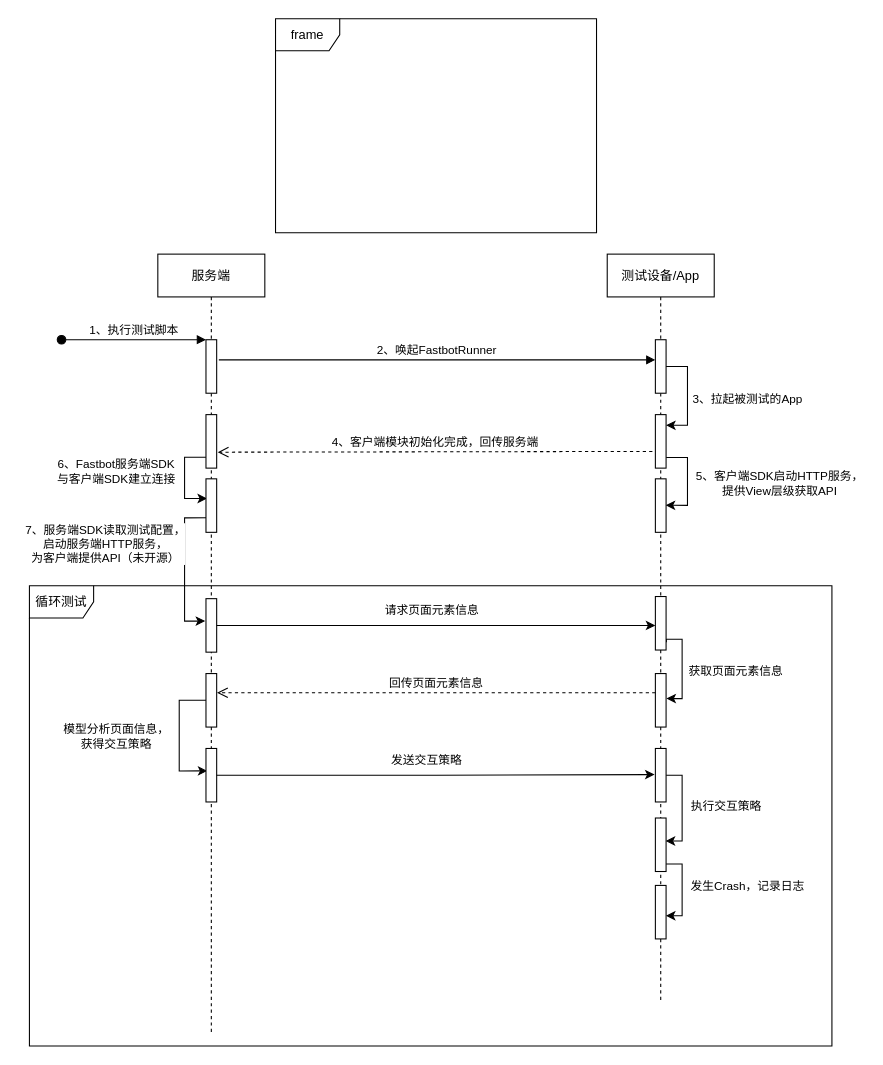
This is Doctor.Diagram.drawio from ginhoor/OnlineDocuments, a draw.io file, before an edit. Source tidied: cells renumbered, new cells numbered last; positions are measured from the earlier drawing's top-left corner, leaving out a move shared by most shapes. Both pictures are drawn from the tidied source at 107%, with x=0, y=0 at pixel (29, 18).
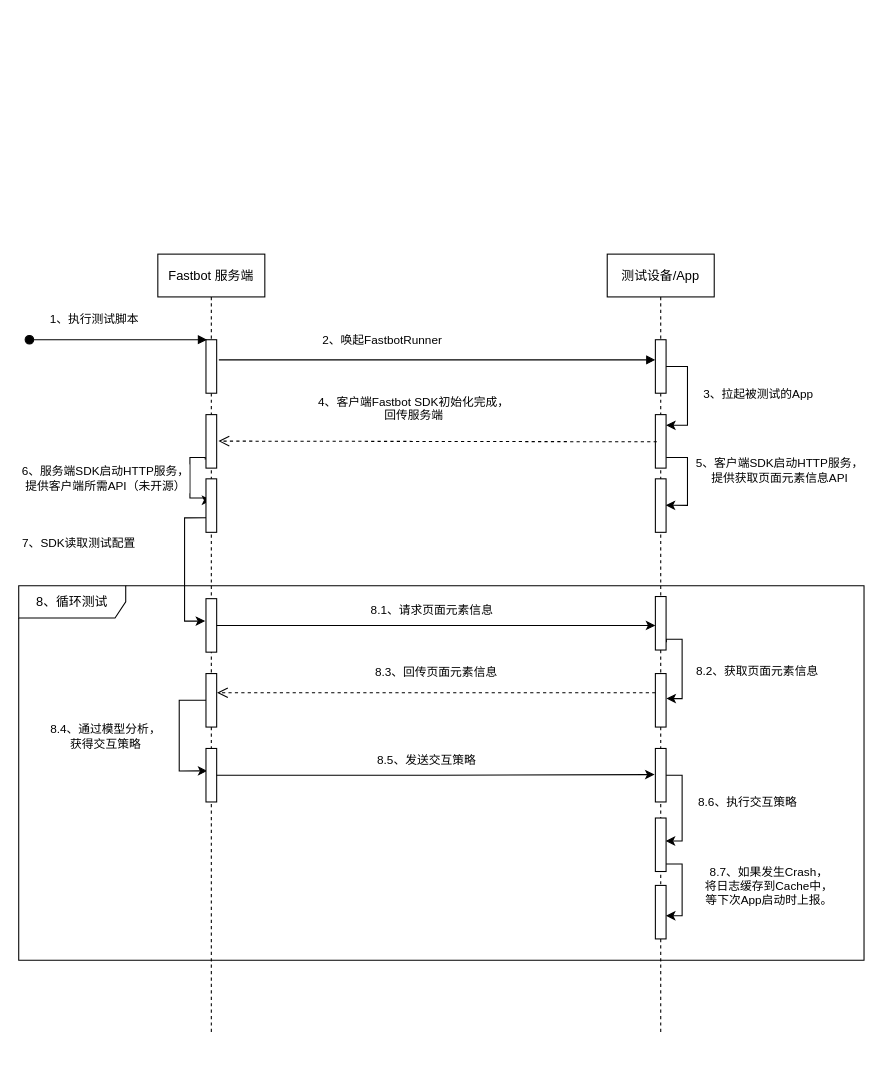
Above is the later version.

The change refers to these unchanged cells:
```xml
<mxCell id="4" style="points=[];perimeter=orthogonalPerimeter;rounded=0;shadow=0;strokeWidth=1;" parent="3" vertex="1">
  <mxGeometry x="45" y="80" width="10" height="50" as="geometry" />
</mxCell>
<mxCell id="8" style="points=[];perimeter=orthogonalPerimeter;rounded=0;shadow=0;strokeWidth=1;" parent="3" vertex="1">
  <mxGeometry x="45" y="150" width="10" height="50" as="geometry" />
</mxCell>
<mxCell id="9" style="edgeStyle=orthogonalEdgeStyle;rounded=0;jettySize=auto;html=1;entryX=-0.072;entryY=0.419;entryDx=0;entryDy=0;entryPerimeter=0;exitX=0.134;exitY=0.729;exitDx=0;exitDy=0;exitPerimeter=0;" parent="3" edge="1" source="11" target="12">
  <mxGeometry relative="1" as="geometry">
    <Array as="points">
      <mxPoint x="25" y="247" />
      <mxPoint x="25" y="343" />
    </Array>
  </mxGeometry>
</mxCell>
<mxCell id="11" style="points=[];perimeter=orthogonalPerimeter;rounded=0;shadow=0;strokeWidth=1;" parent="3" vertex="1">
  <mxGeometry x="45" y="210" width="10" height="50" as="geometry" />
</mxCell>
<mxCell id="13" style="edgeStyle=orthogonalEdgeStyle;rounded=0;jettySize=auto;html=1;entryX=0.134;entryY=0.419;entryDx=0;entryDy=0;entryPerimeter=0;" parent="3" edge="1" source="15" target="16">
  <mxGeometry relative="1" as="geometry">
    <Array as="points">
      <mxPoint x="20" y="417" />
      <mxPoint x="20" y="483" />
    </Array>
  </mxGeometry>
</mxCell>
<mxCell id="15" style="points=[];perimeter=orthogonalPerimeter;rounded=0;shadow=0;strokeWidth=1;" parent="3" vertex="1">
  <mxGeometry x="45" y="392" width="10" height="50" as="geometry" />
</mxCell>
<mxCell id="18" style="points=[];perimeter=orthogonalPerimeter;rounded=0;shadow=0;strokeWidth=1;" parent="17" vertex="1">
  <mxGeometry x="45" y="80" width="10" height="50" as="geometry" />
</mxCell>
<mxCell id="19" style="edgeStyle=orthogonalEdgeStyle;rounded=0;jettySize=auto;html=1;entryX=0.962;entryY=0.495;entryDx=0;entryDy=0;entryPerimeter=0;" parent="17" edge="1" source="21" target="24">
  <mxGeometry relative="1" as="geometry">
    <Array as="points">
      <mxPoint x="75" y="190" />
      <mxPoint x="75" y="235" />
    </Array>
  </mxGeometry>
</mxCell>
<mxCell id="21" style="points=[];perimeter=orthogonalPerimeter;rounded=0;shadow=0;strokeWidth=1;" parent="17" vertex="1">
  <mxGeometry x="45" y="150" width="10" height="50" as="geometry" />
</mxCell>
<mxCell id="22" style="edgeStyle=orthogonalEdgeStyle;rounded=0;jettySize=auto;html=1;" parent="17" edge="1" source="18" target="21">
  <mxGeometry relative="1" as="geometry">
    <Array as="points">
      <mxPoint x="75" y="105" />
      <mxPoint x="75" y="160" />
    </Array>
  </mxGeometry>
</mxCell>
<mxCell id="26" style="points=[];perimeter=orthogonalPerimeter;rounded=0;shadow=0;strokeWidth=1;" parent="17" vertex="1">
  <mxGeometry x="45" y="320" width="10" height="50" as="geometry" />
</mxCell>
<mxCell id="27" style="points=[];perimeter=orthogonalPerimeter;rounded=0;shadow=0;strokeWidth=1;" parent="17" vertex="1">
  <mxGeometry x="45" y="392" width="10" height="50" as="geometry" />
</mxCell>
<mxCell id="28" style="edgeStyle=orthogonalEdgeStyle;rounded=0;jettySize=auto;html=1;entryX=0.962;entryY=0.429;entryDx=0;entryDy=0;entryPerimeter=0;" parent="17" edge="1" source="30" target="33">
  <mxGeometry relative="1" as="geometry">
    <Array as="points">
      <mxPoint x="70" y="487" />
      <mxPoint x="70" y="549" />
    </Array>
  </mxGeometry>
</mxCell>
<mxCell id="31" style="edgeStyle=orthogonalEdgeStyle;rounded=0;jettySize=auto;html=1;entryX=0.986;entryY=0.566;entryDx=0;entryDy=0;entryPerimeter=0;" parent="17" edge="1" source="33" target="34">
  <mxGeometry relative="1" as="geometry">
    <Array as="points">
      <mxPoint x="70" y="570" />
      <mxPoint x="70" y="618" />
    </Array>
  </mxGeometry>
</mxCell>
<mxCell id="36" style="edgeStyle=orthogonalEdgeStyle;rounded=0;jettySize=auto;html=1;" parent="1" edge="1" source="12">
  <mxGeometry relative="1" as="geometry">
    <mxPoint x="585" y="567" as="targetPoint" />
  </mxGeometry>
</mxCell>
<mxCell id="38" style="edgeStyle=orthogonalEdgeStyle;rounded=0;jettySize=auto;html=1;entryX=-0.072;entryY=0.488;entryDx=0;entryDy=0;entryPerimeter=0;" parent="1" edge="1" source="16" target="30">
  <mxGeometry relative="1" as="geometry" />
</mxCell>
```

What changed in the source:
```diff
@@
-    <mxCell id="2" value="循环测试" style="shape=umlFrame;whiteSpace=wrap;html=1;" parent="1" vertex="1">
-      <mxGeometry y="530" width="750" height="430" as="geometry" />
+    <mxCell id="2" value="8、循环测试" style="shape=umlFrame;whiteSpace=wrap;html=1;width=100;height=30;" parent="1" vertex="1">
+      <mxGeometry x="-10" y="530" width="790" height="350" as="geometry" />
     </mxCell>
-    <mxCell id="3" value="服务端" style="shape=umlLifeline;perimeter=lifelinePerimeter;rounded=0;shadow=0;strokeWidth=1;" parent="1" vertex="1">
+    <mxCell id="3" value="Fastbot 服务端" style="shape=umlLifeline;perimeter=lifelinePerimeter;rounded=0;shadow=0;strokeWidth=1;" parent="1" vertex="1">
       <mxGeometry x="120" y="220" width="100" height="730" as="geometry" />
     </mxCell>
@@
-    <mxCell id="5" value="1、执行测试脚本" style="verticalAlign=bottom;startArrow=oval;endArrow=block;startSize=8;shadow=0;strokeWidth=1;" parent="3" edge="1" target="4">
-      <mxGeometry relative="1" as="geometry">
-        <mxPoint x="-90" y="80" as="sourcePoint" />
+    <mxCell id="5" value="1、执行测试脚本" style="verticalAlign=bottom;startArrow=oval;endArrow=block;startSize=8;shadow=0;strokeWidth=1;" parent="3" edge="1">
+      <mxGeometry x="-0.26" y="10" relative="1" as="geometry">
+        <mxPoint x="-120" y="80" as="sourcePoint" />
+        <mxPoint x="46" y="80" as="targetPoint" />
       </mxGeometry>
     </mxCell>
-    <mxCell id="6" style="edgeStyle=orthogonalEdgeStyle;rounded=0;jettySize=auto;html=1;entryX=0.1;entryY=0.508;entryDx=0;entryDy=0;entryPerimeter=0;exitX=-0.003;exitY=0.798;exitDx=0;exitDy=0;exitPerimeter=0;" parent="3" edge="1" source="8">
+    <mxCell id="6" style="edgeStyle=orthogonalEdgeStyle;rounded=0;jettySize=auto;html=1;entryX=0.5;entryY=0.4;entryDx=0;entryDy=0;entryPerimeter=0;exitX=-0.072;exitY=0.839;exitDx=0;exitDy=0;exitPerimeter=0;" parent="3" edge="1" source="8" target="11">
       <mxGeometry relative="1" as="geometry">
-        <mxPoint x="46" y="228.4" as="targetPoint" />
         <Array as="points">
-          <mxPoint x="25" y="190" />
-          <mxPoint x="25" y="228" />
+          <mxPoint x="44" y="190" />
+          <mxPoint x="30" y="190" />
+          <mxPoint x="30" y="228" />
+          <mxPoint x="45" y="228" />
+          <mxPoint x="45" y="230" />
         </Array>
       </mxGeometry>
     </mxCell>
-    <mxCell id="7" value="6、Fastbot服务端SDK&lt;br&gt;与客户端SDK建立连接" style="edgeLabel;html=1;align=center;verticalAlign=middle;" parent="6" vertex="1">
+    <mxCell id="7" value="6、服务端SDK启动HTTP服务，&lt;br&gt;提供客户端所需API（未开源）" style="edgeLabel;html=1;align=center;verticalAlign=middle;" parent="6" vertex="1">
       <mxGeometry x="0.08" y="1" relative="1" as="geometry">
-        <mxPoint x="-66" y="-10" as="offset" />
+        <mxPoint x="-81" y="-5" as="offset" />
       </mxGeometry>
     </mxCell>
@@
-    <mxCell id="10" value="7、服务端SDK读取测试配置，&lt;br&gt;启动服务端HTTP服务，&lt;br&gt;为客户端提供API（未开源）" style="edgeLabel;html=1;align=center;verticalAlign=middle;" parent="9" vertex="1">
+    <mxCell id="10" value="7、SDK读取测试配置" style="edgeLabel;html=1;align=center;verticalAlign=middle;" parent="9" vertex="1">
       <mxGeometry x="-0.07" y="-1" relative="1" as="geometry">
-        <mxPoint x="-74" y="-19" as="offset" />
+        <mxPoint x="-99" y="-20" as="offset" />
       </mxGeometry>
     </mxCell>
@@
-    <mxCell id="14" value="模型分析页面信息，&lt;br&gt;获得交互策略" style="edgeLabel;html=1;align=center;verticalAlign=middle;" parent="13" vertex="1">
+    <mxCell id="14" value="8.4、通过模型分析，&lt;br&gt;获得交互策略" style="edgeLabel;html=1;align=center;verticalAlign=middle;" parent="13" vertex="1">
       <mxGeometry x="-0.28" y="2" relative="1" as="geometry">
-        <mxPoint x="-62" y="16" as="offset" />
+        <mxPoint x="-72" y="16" as="offset" />
       </mxGeometry>
     </mxCell>
@@
     <mxCell id="17" value="测试设备/App" style="shape=umlLifeline;perimeter=lifelinePerimeter;rounded=0;shadow=0;strokeWidth=1;" parent="1" vertex="1">
-      <mxGeometry x="540" y="220" width="100" height="700" as="geometry" />
+      <mxGeometry x="540" y="220" width="100" height="730" as="geometry" />
     </mxCell>
@@
-    <mxCell id="20" value="5、客户端SDK启动HTTP服务，&lt;br&gt;提供View层级获取API" style="edgeLabel;html=1;align=center;verticalAlign=middle;" parent="19" vertex="1">
+    <mxCell id="20" value="5、客户端SDK启动HTTP服务，&lt;br&gt;提供获取页面元素信息API" style="edgeLabel;html=1;align=center;verticalAlign=middle;" parent="19" vertex="1">
       <mxGeometry x="0.24" y="-2" relative="1" as="geometry">
-        <mxPoint x="87" y="-9" as="offset" />
+        <mxPoint x="87" y="-22" as="offset" />
       </mxGeometry>
     </mxCell>
@@
     <mxCell id="23" value="3、拉起被测试的App" style="edgeLabel;html=1;align=center;verticalAlign=middle;" parent="22" vertex="1">
       <mxGeometry x="0.35" relative="1" as="geometry">
-        <mxPoint x="55" y="-14" as="offset" />
+        <mxPoint x="65" y="-19" as="offset" />
       </mxGeometry>
     </mxCell>
@@
-    <mxCell id="25" value="获取页面元素信息" style="edgeStyle=orthogonalEdgeStyle;rounded=0;jettySize=auto;html=1;entryX=1.031;entryY=0.468;entryDx=0;entryDy=0;entryPerimeter=0;exitX=1.031;exitY=0.853;exitDx=0;exitDy=0;exitPerimeter=0;" parent="17" edge="1" source="26" target="27">
-      <mxGeometry x="0.08" y="50" relative="1" as="geometry">
+    <mxCell id="25" value="8.2、获取页面元素信息" style="edgeStyle=orthogonalEdgeStyle;rounded=0;jettySize=auto;html=1;entryX=1.031;entryY=0.468;entryDx=0;entryDy=0;entryPerimeter=0;exitX=1.031;exitY=0.853;exitDx=0;exitDy=0;exitPerimeter=0;" parent="17" edge="1" source="26" target="27">
+      <mxGeometry x="0.08" y="70" relative="1" as="geometry">
         <Array as="points">
           <mxPoint x="55" y="360" />
           <mxPoint x="70" y="360" />
           <mxPoint x="70" y="415" />
         </Array>
       </mxGeometry>
     </mxCell>
@@
-    <mxCell id="29" value="执行交互策略" style="edgeLabel;html=1;align=center;verticalAlign=middle;" parent="28" vertex="1">
+    <mxCell id="29" value="8.6、执行交互策略" style="edgeLabel;html=1;align=center;verticalAlign=middle;" parent="28" vertex="1">
       <mxGeometry x="-0.32" y="2" relative="1" as="geometry">
-        <mxPoint x="38" y="12" as="offset" />
+        <mxPoint x="58" y="8" as="offset" />
       </mxGeometry>
     </mxCell>
@@
-    <mxCell id="32" value="发生Crash，记录日志" style="edgeLabel;html=1;align=center;verticalAlign=middle;" parent="31" vertex="1">
+    <mxCell id="32" value="8.7、如果发生Crash，&lt;br&gt;将日志缓存到Cache中，&lt;br&gt;等下次App启动时上报。" style="edgeLabel;html=1;align=center;verticalAlign=middle;" parent="31" vertex="1">
       <mxGeometry x="-0.16" y="1" relative="1" as="geometry">
-        <mxPoint x="59" y="2" as="offset" />
+        <mxPoint x="79" y="2" as="offset" />
       </mxGeometry>
     </mxCell>
@@
-    <mxCell id="35" value="2、唤起FastbotRunner" style="verticalAlign=bottom;endArrow=block;shadow=0;strokeWidth=1;exitX=1.203;exitY=0.377;exitDx=0;exitDy=0;exitPerimeter=0;" parent="1" edge="1" source="4" target="18">
-      <mxGeometry relative="1" as="geometry" />
+    <mxCell id="35" value="2、唤起FastbotRunner" style="verticalAlign=middle;endArrow=block;shadow=0;strokeWidth=1;exitX=1.203;exitY=0.377;exitDx=0;exitDy=0;exitPerimeter=0;align=center;labelPosition=right;verticalLabelPosition=middle;" parent="1" edge="1" source="4" target="18">
+      <mxGeometry x="-0.25" y="19" relative="1" as="geometry" />
     </mxCell>
@@
-    <mxCell id="37" value="请求页面元素信息" style="edgeLabel;html=1;align=center;verticalAlign=middle;" parent="36" vertex="1">
+    <mxCell id="37" value="8.1、请求页面元素信息" style="edgeLabel;html=1;align=center;verticalAlign=middle;" parent="36" vertex="1">
       <mxGeometry x="0.16" y="-3" relative="1" as="geometry">
         <mxPoint x="-37" y="-18" as="offset" />
       </mxGeometry>
     </mxCell>
@@
-    <mxCell id="39" value="发送交互策略" style="edgeLabel;html=1;align=center;verticalAlign=middle;" parent="38" vertex="1">
+    <mxCell id="39" value="8.5、发送交互策略" style="edgeLabel;html=1;align=center;verticalAlign=middle;" parent="38" vertex="1">
       <mxGeometry x="-0.09" y="1" relative="1" as="geometry">
         <mxPoint x="9" y="-14" as="offset" />
       </mxGeometry>
     </mxCell>
-    <mxCell id="40" value="frame" style="shape=umlFrame;whiteSpace=wrap;html=1;" parent="1" vertex="1">
-      <mxGeometry x="230" width="300" height="200" as="geometry" />
-    </mxCell>
+    <mxCell id="42" value="8.3、回传页面元素信息" style="html=1;verticalAlign=bottom;endArrow=open;dashed=1;endSize=8;rounded=0;entryX=1.031;entryY=0.358;entryDx=0;entryDy=0;entryPerimeter=0;" parent="1" edge="1" source="27" target="15">
+      <mxGeometry y="-10" relative="1" as="geometry" />
+    </mxCell>
-    <mxCell id="41" value="4、客户端模块初始化完成，回传服务端" style="html=1;verticalAlign=bottom;endArrow=open;dashed=1;endSize=8;rounded=0;exitX=-0.279;exitY=0.688;exitDx=0;exitDy=0;exitPerimeter=0;entryX=1.1;entryY=0.702;entryDx=0;entryDy=0;entryPerimeter=0;" parent="1" edge="1" source="21" target="8">
-      <mxGeometry relative="1" as="geometry" />
+    <mxCell id="41" value="4、客户端Fastbot SDK初始化完成，&lt;span style=&quot;&quot;&gt;&lt;br&gt;&lt;/span&gt;回传服务端" style="html=1;verticalAlign=bottom;endArrow=open;dashed=1;endSize=8;rounded=0;exitX=0.134;exitY=0.508;exitDx=0;exitDy=0;exitPerimeter=0;entryX=1.169;entryY=0.495;entryDx=0;entryDy=0;entryPerimeter=0;" parent="1" edge="1" source="21" target="8">
+      <mxGeometry x="0.11" y="-15" relative="1" as="geometry" />
     </mxCell>
-    <mxCell id="42" value="回传页面元素信息" style="html=1;verticalAlign=bottom;endArrow=open;dashed=1;endSize=8;rounded=0;entryX=1.031;entryY=0.358;entryDx=0;entryDy=0;entryPerimeter=0;" parent="1" edge="1" source="27" target="15">
-      <mxGeometry relative="1" as="geometry" />
-    </mxCell>
```
